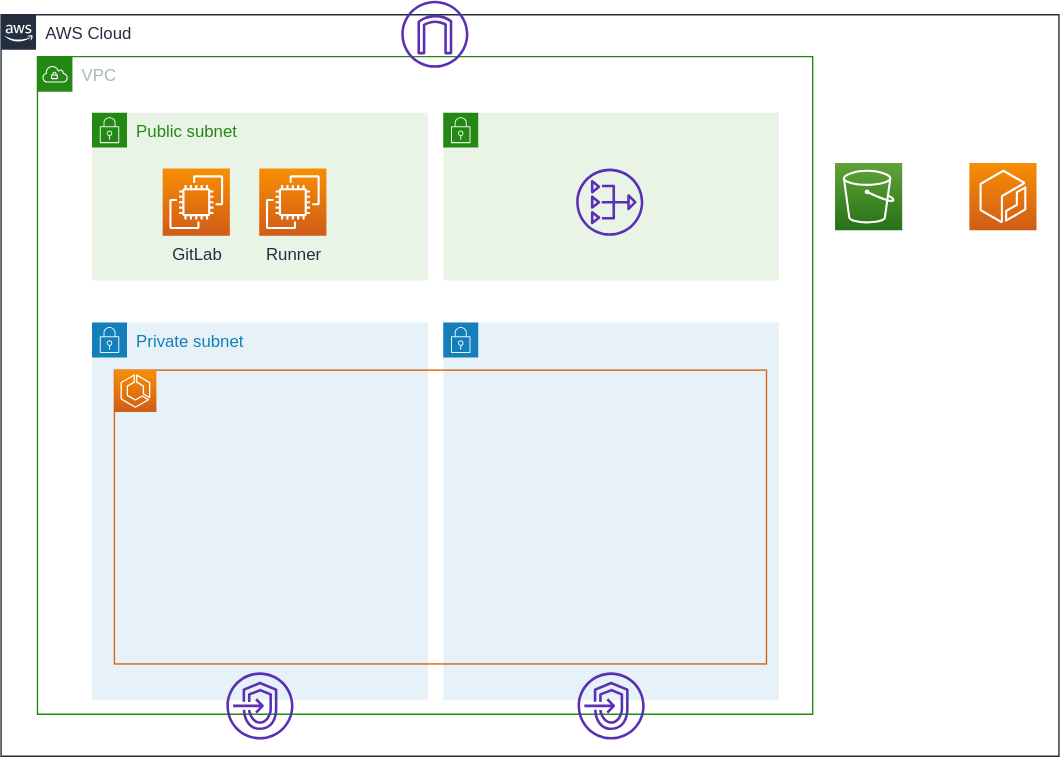
Before: documents/images/use-pre.svg, a diagram exported from draw.io (moriryota62/ecs-cicd). Source tidied: cells renumbered, new cells last; positions are measured from the earlier drawing's top-left corner, leaving out a move shared by most shapes.
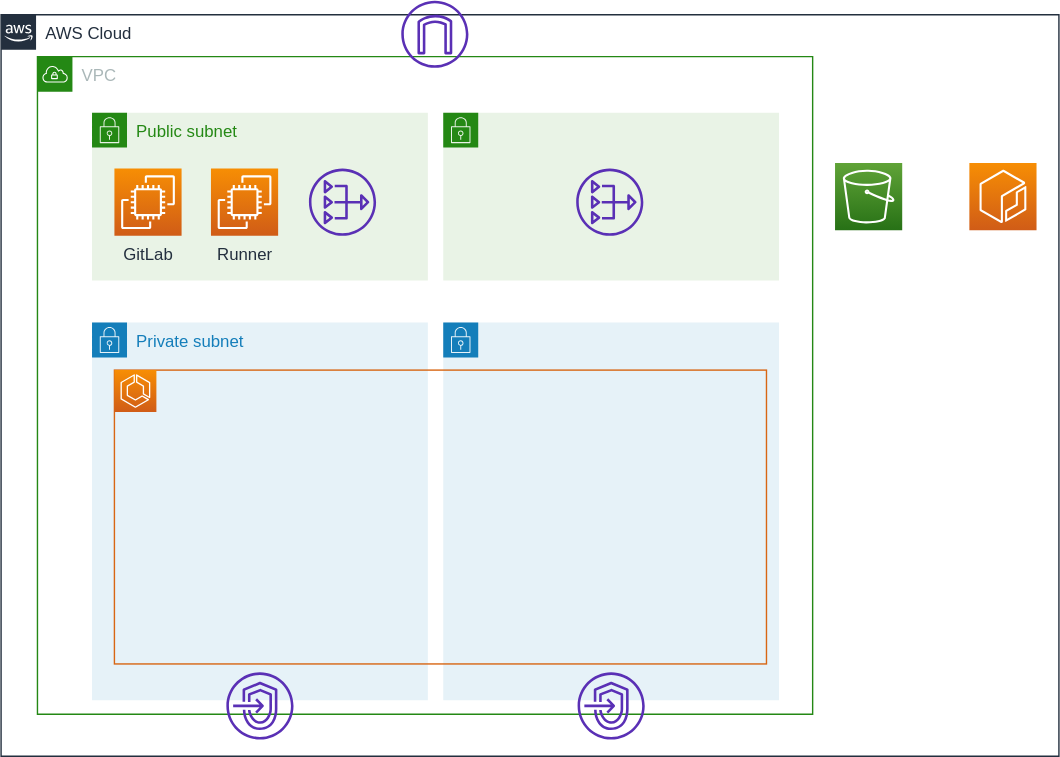
Above is the later version.

Change to the diagram source:
```diff
@@ -15,10 +15,10 @@
       <mxGeometry x="316" y="80" width="240" height="120" as="geometry" />
     </mxCell>
     <mxCell id="6" value="GitLab" style="fontColor=#232F3E;gradientColor=#F78E04;gradientDirection=north;fillColor=#D05C17;strokeColor=#ffffff;dashed=0;verticalLabelPosition=bottom;verticalAlign=top;align=center;html=1;fontSize=12;fontStyle=0;shape=mxgraph.aws4.resourceIcon;resIcon=mxgraph.aws4.ec2;" parent="1" vertex="1">
-      <mxGeometry x="115.5" y="120" width="48" height="48" as="geometry" />
+      <mxGeometry x="81" y="120" width="48" height="48" as="geometry" />
     </mxCell>
     <mxCell id="7" value="Runner" style="fontColor=#232F3E;gradientColor=#F78E04;gradientDirection=north;fillColor=#D05C17;strokeColor=#ffffff;dashed=0;verticalLabelPosition=bottom;verticalAlign=top;align=center;html=1;fontSize=12;fontStyle=0;shape=mxgraph.aws4.resourceIcon;resIcon=mxgraph.aws4.ec2;" parent="1" vertex="1">
-      <mxGeometry x="184.5" y="120" width="48" height="48" as="geometry" />
+      <mxGeometry x="150" y="120" width="48" height="48" as="geometry" />
     </mxCell>
     <mxCell id="8" style="fontColor=#232F3E;gradientColor=none;fillColor=#5A30B5;strokeColor=none;dashed=0;verticalLabelPosition=bottom;verticalAlign=top;align=center;html=1;fontSize=12;fontStyle=0;shape=mxgraph.aws4.internet_gateway;" parent="1" vertex="1">
       <mxGeometry x="286" width="48" height="48" as="geometry" />
@@ -50,5 +50,8 @@
     <mxCell id="17" style="fontColor=#232F3E;gradientColor=none;fillColor=#5A30B5;strokeColor=none;dashed=0;verticalLabelPosition=bottom;verticalAlign=top;align=center;html=1;fontSize=12;fontStyle=0;shape=mxgraph.aws4.endpoints;" parent="1" vertex="1">
       <mxGeometry x="412" y="480" width="48" height="48" as="geometry" />
     </mxCell>
+    <mxCell id="18" style="fontColor=#232F3E;gradientColor=none;fillColor=#5A30B5;strokeColor=none;dashed=0;verticalLabelPosition=bottom;verticalAlign=top;align=center;html=1;fontSize=12;fontStyle=0;shape=mxgraph.aws4.nat_gateway;" parent="1" vertex="1">
+      <mxGeometry x="220" y="120" width="48" height="48" as="geometry" />
+    </mxCell>
   </root>
 </mxGraphModel>
```
